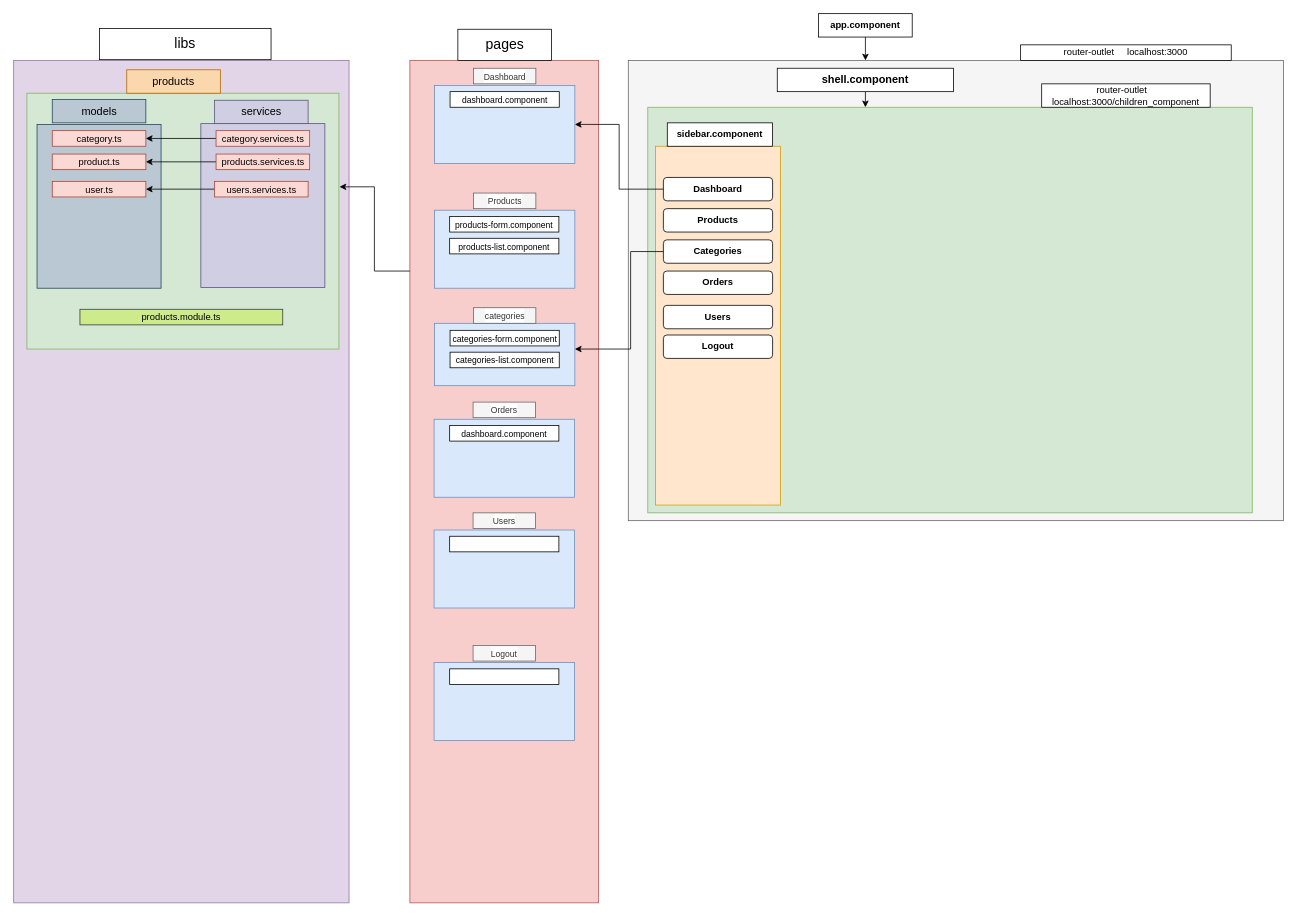
Above: page "Page-3" (3 of 3) of yellowsign/yellow_sign.drawio in Binayak3666/My_Application_Drawing_Architect (draw.io), before the change. Source tidied: cells renumbered, new cells numbered last; positions are measured from the earlier drawing's top-left corner, leaving out a move shared by most shapes. Both pictures are drawn from the tidied source at 78%, with x=0, y=0 at pixel (13, 13).
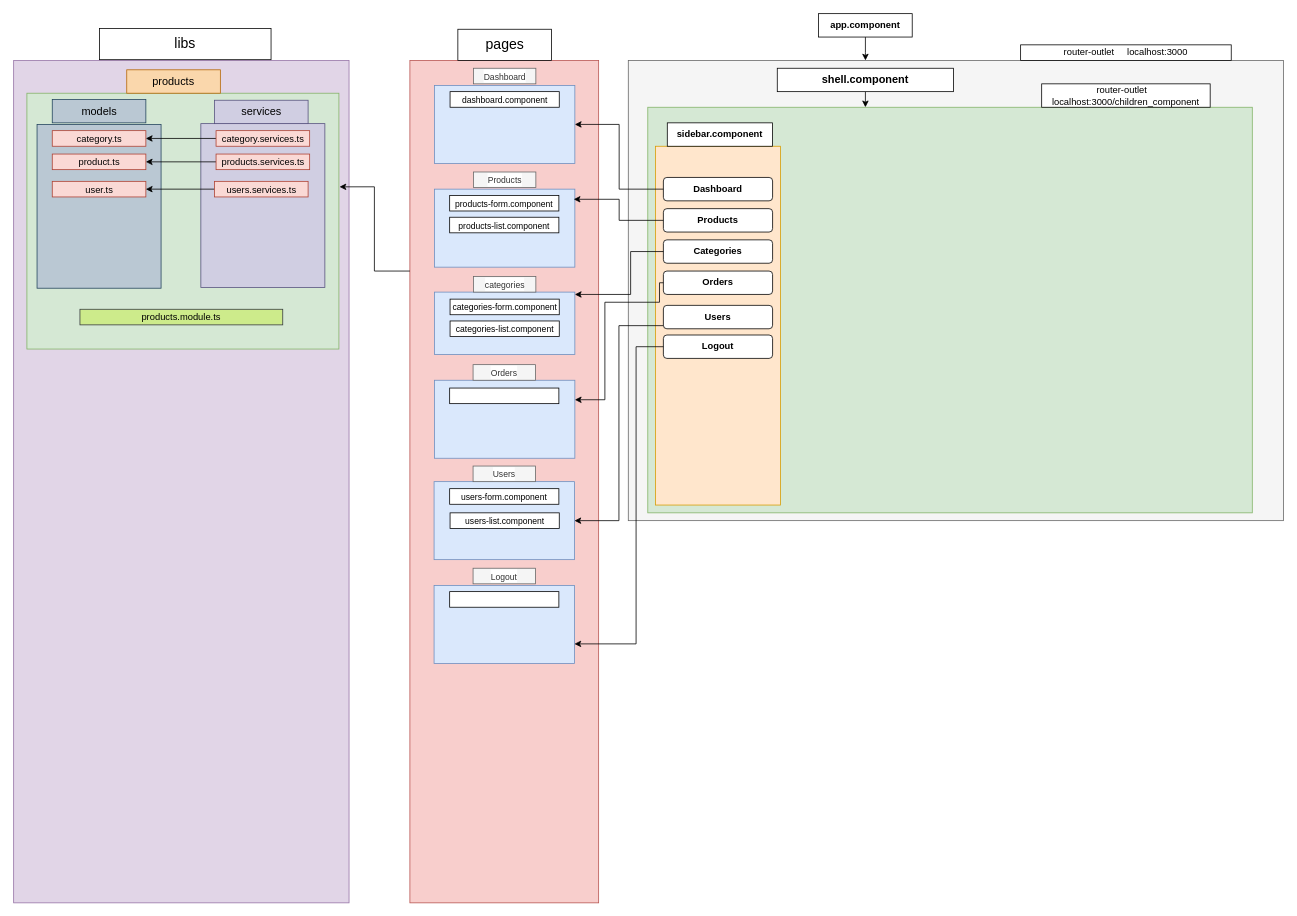
The same page after the edit.

Unchanged cells that the change refers to:
```xml
<mxCell id="10" value="&lt;b&gt;Products&lt;/b&gt;" style="rounded=1;whiteSpace=wrap;html=1;" parent="1" vertex="1">
  <mxGeometry x="833" y="250" width="140" height="30" as="geometry" />
</mxCell>
<mxCell id="11" value="&lt;b&gt;Categories&lt;/b&gt;" style="rounded=1;whiteSpace=wrap;html=1;" parent="1" vertex="1">
  <mxGeometry x="833" y="290" width="140" height="30" as="geometry" />
</mxCell>
<mxCell id="12" value="&lt;b&gt;Orders&lt;/b&gt;" style="rounded=1;whiteSpace=wrap;html=1;" parent="1" vertex="1">
  <mxGeometry x="833" y="330" width="140" height="30" as="geometry" />
</mxCell>
<mxCell id="13" value="&lt;b&gt;Users&lt;/b&gt;" style="rounded=1;whiteSpace=wrap;html=1;" parent="1" vertex="1">
  <mxGeometry x="833" y="374" width="140" height="30" as="geometry" />
</mxCell>
<mxCell id="17" value="&lt;b&gt;Logout&lt;/b&gt;" style="rounded=1;whiteSpace=wrap;html=1;" parent="1" vertex="1">
  <mxGeometry x="833" y="412" width="140" height="30" as="geometry" />
</mxCell>
```

The edit, as a diff of the source:
```diff
@@
     <mxCell id="19" style="rounded=0;whiteSpace=wrap;html=1;labelBackgroundColor=#FFFFFF;fontSize=14;strokeColor=#6c8ebf;fillColor=#dae8fc;" parent="1" vertex="1">
-      <mxGeometry x="539.5" y="397" width="180" height="80" as="geometry" />
+      <mxGeometry x="539.5" y="357" width="180" height="80" as="geometry" />
     </mxCell>
     <mxCell id="20" value="&lt;font style=&quot;font-size: 11px;&quot;&gt;categories-form.component&lt;/font&gt;" style="rounded=0;whiteSpace=wrap;html=1;labelBackgroundColor=#FFFFFF;fontSize=14;strokeColor=default;" parent="1" vertex="1">
-      <mxGeometry x="559.5" y="406" width="140" height="20" as="geometry" />
+      <mxGeometry x="559.5" y="366" width="140" height="20" as="geometry" />
     </mxCell>
     <mxCell id="21" value="&lt;font style=&quot;font-size: 11px;&quot;&gt;categories-list.component&lt;/font&gt;" style="rounded=0;whiteSpace=wrap;html=1;labelBackgroundColor=#FFFFFF;fontSize=14;strokeColor=default;" parent="1" vertex="1">
-      <mxGeometry x="559.5" y="434" width="140" height="20" as="geometry" />
+      <mxGeometry x="559.5" y="394" width="140" height="20" as="geometry" />
     </mxCell>
@@
     <mxCell id="24" value="&lt;font style=&quot;font-size: 11px;&quot;&gt;categories&lt;/font&gt;" style="rounded=0;whiteSpace=wrap;html=1;labelBackgroundColor=#FFFFFF;fontSize=14;strokeColor=#666666;fillColor=#f5f5f5;fontColor=#333333;" parent="1" vertex="1">
-      <mxGeometry x="589.5" y="377" width="80" height="20" as="geometry" />
+      <mxGeometry x="589.5" y="337" width="80" height="20" as="geometry" />
     </mxCell>
@@
     <mxCell id="27" style="edgeStyle=orthogonalEdgeStyle;rounded=0;jettySize=auto;html=1;fontSize=11;" parent="1" edge="1" source="11" target="19">
       <mxGeometry relative="1" as="geometry">
         <Array as="points">
           <mxPoint x="791" y="305" />
-          <mxPoint x="791" y="430" />
+          <mxPoint x="791" y="360" />
         </Array>
       </mxGeometry>
     </mxCell>
     <mxCell id="28" style="rounded=0;whiteSpace=wrap;html=1;fontSize=11;fillColor=#dae8fc;strokeColor=#6c8ebf;" parent="1" vertex="1">
-      <mxGeometry x="539.5" y="252" width="180" height="100" as="geometry" />
+      <mxGeometry x="539.5" y="225" width="180" height="100" as="geometry" />
     </mxCell>
     <mxCell id="29" value="&lt;span style=&quot;font-size: 11px;&quot;&gt;Products&lt;/span&gt;" style="rounded=0;whiteSpace=wrap;html=1;labelBackgroundColor=#FFFFFF;fontSize=14;strokeColor=#666666;fillColor=#f5f5f5;fontColor=#333333;" parent="1" vertex="1">
-      <mxGeometry x="589.5" y="230" width="80" height="20" as="geometry" />
+      <mxGeometry x="589.5" y="203" width="80" height="20" as="geometry" />
     </mxCell>
     <mxCell id="30" style="rounded=0;whiteSpace=wrap;html=1;fontSize=11;fillColor=#dae8fc;strokeColor=#6c8ebf;" parent="1" vertex="1">
-      <mxGeometry x="539" y="520" width="180" height="100" as="geometry" />
+      <mxGeometry x="539.5" y="470" width="180" height="100" as="geometry" />
     </mxCell>
     <mxCell id="31" value="&lt;span style=&quot;font-size: 11px;&quot;&gt;Orders&lt;/span&gt;" style="rounded=0;whiteSpace=wrap;html=1;labelBackgroundColor=#FFFFFF;fontSize=14;strokeColor=#666666;fillColor=#f5f5f5;fontColor=#333333;" parent="1" vertex="1">
-      <mxGeometry x="589" y="498" width="80" height="20" as="geometry" />
+      <mxGeometry x="589" y="450" width="80" height="20" as="geometry" />
     </mxCell>
-    <mxCell id="32" value="&lt;span style=&quot;font-size: 11px;&quot;&gt;dashboard.component&lt;/span&gt;" style="rounded=0;whiteSpace=wrap;html=1;labelBackgroundColor=#FFFFFF;fontSize=14;strokeColor=default;" parent="1" vertex="1">
-      <mxGeometry x="559" y="528" width="140" height="20" as="geometry" />
+    <mxCell id="32" style="rounded=0;whiteSpace=wrap;html=1;labelBackgroundColor=#FFFFFF;fontSize=14;strokeColor=default;" parent="1" vertex="1">
+      <mxGeometry x="559" y="480" width="140" height="20" as="geometry" />
     </mxCell>
     <mxCell id="33" style="rounded=0;whiteSpace=wrap;html=1;fontSize=11;fillColor=#dae8fc;strokeColor=#6c8ebf;" parent="1" vertex="1">
-      <mxGeometry x="539" y="662" width="180" height="100" as="geometry" />
+      <mxGeometry x="539" y="600" width="180" height="100" as="geometry" />
     </mxCell>
     <mxCell id="34" value="&lt;span style=&quot;font-size: 11px;&quot;&gt;Users&lt;/span&gt;" style="rounded=0;whiteSpace=wrap;html=1;labelBackgroundColor=#FFFFFF;fontSize=14;strokeColor=#666666;fillColor=#f5f5f5;fontColor=#333333;" parent="1" vertex="1">
-      <mxGeometry x="589" y="640" width="80" height="20" as="geometry" />
+      <mxGeometry x="589" y="580" width="80" height="20" as="geometry" />
     </mxCell>
-    <mxCell id="35" style="rounded=0;whiteSpace=wrap;html=1;labelBackgroundColor=#FFFFFF;fontSize=14;strokeColor=default;" parent="1" vertex="1">
-      <mxGeometry x="559" y="670" width="140" height="20" as="geometry" />
+    <mxCell id="35" value="&lt;span style=&quot;font-size: 11px;&quot;&gt;users-form.component&lt;/span&gt;" style="rounded=0;whiteSpace=wrap;html=1;labelBackgroundColor=#FFFFFF;fontSize=14;strokeColor=default;" parent="1" vertex="1">
+      <mxGeometry x="559" y="609" width="140" height="20" as="geometry" />
     </mxCell>
     <mxCell id="36" style="rounded=0;whiteSpace=wrap;html=1;fontSize=11;fillColor=#dae8fc;strokeColor=#6c8ebf;" parent="1" vertex="1">
-      <mxGeometry x="539" y="832" width="180" height="100" as="geometry" />
+      <mxGeometry x="539" y="733" width="180" height="100" as="geometry" />
     </mxCell>
     <mxCell id="37" value="&lt;span style=&quot;font-size: 11px;&quot;&gt;Logout&lt;/span&gt;" style="rounded=0;whiteSpace=wrap;html=1;labelBackgroundColor=#FFFFFF;fontSize=14;strokeColor=#666666;fillColor=#f5f5f5;fontColor=#333333;" parent="1" vertex="1">
-      <mxGeometry x="589" y="810" width="80" height="20" as="geometry" />
+      <mxGeometry x="589" y="711" width="80" height="20" as="geometry" />
     </mxCell>
     <mxCell id="38" style="rounded=0;whiteSpace=wrap;html=1;labelBackgroundColor=#FFFFFF;fontSize=14;strokeColor=default;" parent="1" vertex="1">
-      <mxGeometry x="559" y="840" width="140" height="20" as="geometry" />
+      <mxGeometry x="559" y="741" width="140" height="20" as="geometry" />
     </mxCell>
@@
     <mxCell id="40" value="&lt;font style=&quot;font-size: 11px;&quot;&gt;products-form.component&lt;/font&gt;" style="rounded=0;whiteSpace=wrap;html=1;labelBackgroundColor=#FFFFFF;fontSize=14;strokeColor=default;" parent="1" vertex="1">
-      <mxGeometry x="559" y="260" width="140" height="20" as="geometry" />
+      <mxGeometry x="559" y="233" width="140" height="20" as="geometry" />
     </mxCell>
     <mxCell id="41" value="&lt;font style=&quot;font-size: 11px;&quot;&gt;products-list.component&lt;/font&gt;" style="rounded=0;whiteSpace=wrap;html=1;labelBackgroundColor=#FFFFFF;fontSize=14;strokeColor=default;" parent="1" vertex="1">
-      <mxGeometry x="559" y="288" width="140" height="20" as="geometry" />
+      <mxGeometry x="559" y="261" width="140" height="20" as="geometry" />
     </mxCell>
@@
+    <mxCell id="61" style="edgeStyle=orthogonalEdgeStyle;rounded=0;jettySize=auto;html=1;entryX=0.992;entryY=0.13;entryDx=0;entryDy=0;entryPerimeter=0;" parent="1" edge="1" source="10" target="28">
+      <mxGeometry relative="1" as="geometry" />
+    </mxCell>
+    <mxCell id="62" value="&lt;span style=&quot;font-size: 11px;&quot;&gt;users-list.component&lt;/span&gt;" style="rounded=0;whiteSpace=wrap;html=1;labelBackgroundColor=#FFFFFF;fontSize=14;strokeColor=default;" parent="1" vertex="1">
+      <mxGeometry x="559.5" y="640" width="140" height="20" as="geometry" />
+    </mxCell>
+    <mxCell id="63" style="edgeStyle=orthogonalEdgeStyle;rounded=0;jettySize=auto;html=1;entryX=1;entryY=0.5;entryDx=0;entryDy=0;" parent="1" edge="1" source="13" target="33">
+      <mxGeometry relative="1" as="geometry">
+        <Array as="points">
+          <mxPoint x="776" y="400" />
+          <mxPoint x="776" y="650" />
+        </Array>
+      </mxGeometry>
+    </mxCell>
+    <mxCell id="64" style="edgeStyle=orthogonalEdgeStyle;rounded=0;jettySize=auto;html=1;entryX=1;entryY=0.25;entryDx=0;entryDy=0;" parent="1" edge="1" source="12" target="30">
+      <mxGeometry relative="1" as="geometry">
+        <Array as="points">
+          <mxPoint x="828" y="345" />
+          <mxPoint x="828" y="370" />
+          <mxPoint x="758" y="370" />
+          <mxPoint x="758" y="495" />
+        </Array>
+      </mxGeometry>
+    </mxCell>
+    <mxCell id="65" style="edgeStyle=orthogonalEdgeStyle;rounded=0;jettySize=auto;html=1;entryX=1;entryY=0.75;entryDx=0;entryDy=0;" parent="1" edge="1" source="17" target="36">
+      <mxGeometry relative="1" as="geometry">
+        <Array as="points">
+          <mxPoint x="798" y="427" />
+          <mxPoint x="798" y="808" />
+        </Array>
+      </mxGeometry>
+    </mxCell>
```
